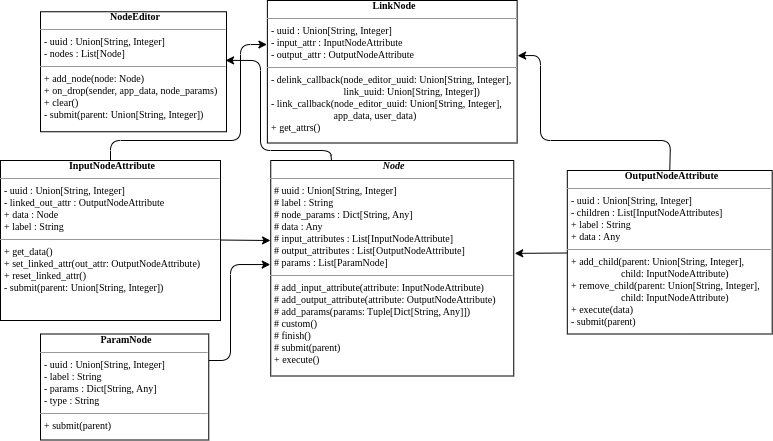
Before: nodes.png, a diagram exported from draw.io (Luzinsan/Neural-Network-Constructor). Source tidied: cells renumbered, new cells last; positions are measured from the earlier drawing's top-left corner, leaving out a move shared by most shapes.
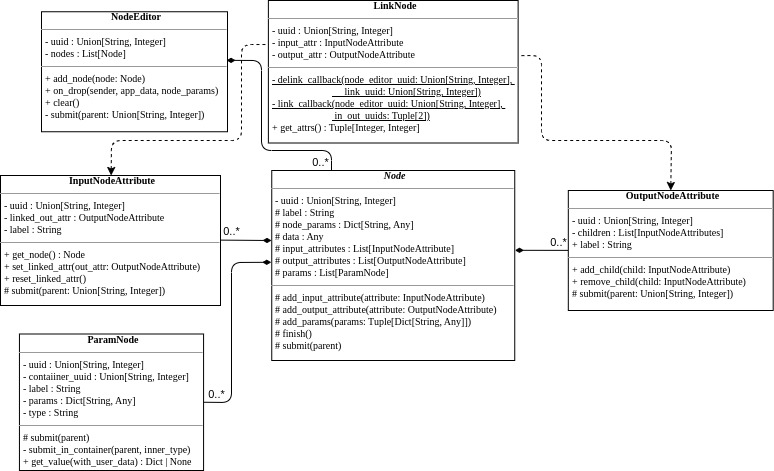
Above is the later version.

Diff of the diagram source:
```diff
@@ -2,8 +2,9 @@
   <root>
     <mxCell id="0" />
     <mxCell id="1" parent="0" />
-    <mxCell id="2" style="edgeStyle=none;html=1;entryX=0.995;entryY=0.405;entryDx=0;entryDy=0;endArrow=classic;endFill=1;exitX=0.25;exitY=0;exitDx=0;exitDy=0;entryPerimeter=0;" parent="1" edge="1" source="3" target="8">
+    <mxCell id="2" style="edgeStyle=none;html=1;entryX=0.995;entryY=0.405;entryDx=0;entryDy=0;endArrow=diamondThin;endFill=1;entryPerimeter=0;" parent="1" edge="1" target="8">
       <mxGeometry relative="1" as="geometry">
+        <mxPoint x="330" y="170" as="sourcePoint" />
         <Array as="points">
           <mxPoint x="330" y="150" />
           <mxPoint x="260" y="150" />
@@ -11,15 +12,25 @@
         </Array>
       </mxGeometry>
     </mxCell>
+    <mxCell id="14" value="0..*" style="edgeLabel;html=1;align=center;verticalAlign=middle;" parent="2" vertex="1">
+      <mxGeometry x="-0.92" relative="1" as="geometry">
+        <mxPoint x="-11" as="offset" />
+      </mxGeometry>
+    </mxCell>
-    <mxCell id="3" value="&lt;p style=&quot;text-align: center; margin: 0px 0px 0px 4px; font-size: 10px; font-family: Times, serif; color: rgb(0, 0, 0);&quot;&gt;&lt;b&gt;&lt;i&gt;Node&lt;/i&gt;&lt;/b&gt;&lt;/p&gt;&lt;hr size=&quot;1&quot;&gt;&lt;p style=&quot;margin:0px;text-align:start;margin-left:4px;;font-size:10.0px;font-family:Times,serif;color:#000000;&quot;&gt;# uuid : Union[String, Integer]&lt;br&gt;&lt;/p&gt;&lt;p style=&quot;margin:0px;text-align:start;margin-left:4px;;font-size:10.0px;font-family:Times,serif;color:#000000;&quot;&gt;# label : String&lt;br style=&quot;border-color: var(--border-color);&quot;&gt;# node_params : Dict[String, Any]&lt;br&gt;&lt;/p&gt;&lt;p style=&quot;margin:0px;text-align:start;margin-left:4px;;font-size:10.0px;font-family:Times,serif;color:#000000;&quot;&gt;# data : Any&lt;br&gt;# input_attributes : List[InputNodeAttribute]&lt;br&gt;# output_attributes : List[OutputNodeAttribute]&lt;br&gt;# params : List[ParamNode]&lt;br&gt;&lt;/p&gt;&lt;hr size=&quot;1&quot;&gt;&lt;p style=&quot;margin:0px;text-align:start;margin-left:4px;;font-size:10.0px;font-family:Times,serif;color:#000000;&quot;&gt;# add_input_attribute(attribute: InputNodeAttribute)&lt;br&gt;# add_output_attribute(attribute: OutputNodeAttribute)&lt;br&gt;# add_params(params: Tuple[Dict[String, Any]])&lt;br&gt;# custom()&amp;nbsp;&lt;br&gt;# finish()&amp;nbsp;&amp;nbsp;&lt;br&gt;&lt;/p&gt;&lt;p style=&quot;margin:0px;text-align:start;margin-left:4px;;font-size:10.0px;font-family:Times,serif;color:#000000;&quot;&gt;# submit(parent)&lt;br&gt;&lt;/p&gt;&lt;p style=&quot;margin:0px;text-align:start;margin-left:4px;;font-size:10.0px;font-family:Times,serif;color:#000000;&quot;&gt;+ execute()&amp;nbsp;&lt;br&gt;&lt;/p&gt;" style="verticalAlign=top;align=left;overflow=fill;html=1;rounded=0;shadow=0;comic=0;labelBackgroundColor=none;strokeColor=black;strokeWidth=1;fillColor=#ffffff;" parent="1" vertex="1">
-      <mxGeometry x="270.2" y="160" width="243" height="215.5" as="geometry" />
+    <mxCell id="3" value="&lt;p style=&quot;text-align: center; margin: 0px 0px 0px 4px; font-size: 10px; font-family: Times, serif; color: rgb(0, 0, 0);&quot;&gt;&lt;b&gt;&lt;i&gt;Node&lt;/i&gt;&lt;/b&gt;&lt;/p&gt;&lt;hr size=&quot;1&quot;&gt;&lt;p style=&quot;margin:0px;text-align:start;margin-left:4px;;font-size:10.0px;font-family:Times,serif;color:#000000;&quot;&gt;- uuid : Union[String, Integer]&lt;br&gt;&lt;/p&gt;&lt;p style=&quot;margin:0px;text-align:start;margin-left:4px;;font-size:10.0px;font-family:Times,serif;color:#000000;&quot;&gt;# label : String&lt;br style=&quot;border-color: var(--border-color);&quot;&gt;# node_params : Dict[String, Any]&lt;br&gt;&lt;/p&gt;&lt;p style=&quot;margin:0px;text-align:start;margin-left:4px;;font-size:10.0px;font-family:Times,serif;color:#000000;&quot;&gt;# data : Any&lt;br&gt;# input_attributes : List[InputNodeAttribute]&lt;br&gt;# output_attributes : List[OutputNodeAttribute]&lt;br&gt;# params : List[ParamNode]&lt;br&gt;&lt;/p&gt;&lt;hr size=&quot;1&quot;&gt;&lt;p style=&quot;margin:0px;text-align:start;margin-left:4px;;font-size:10.0px;font-family:Times,serif;color:#000000;&quot;&gt;# add_input_attribute(attribute: InputNodeAttribute)&lt;br&gt;# add_output_attribute(attribute: OutputNodeAttribute)&lt;br&gt;# add_params(params: Tuple[Dict[String, Any]])&amp;nbsp;&lt;br&gt;# finish()&amp;nbsp;&amp;nbsp;&lt;br&gt;&lt;/p&gt;&lt;p style=&quot;margin:0px;text-align:start;margin-left:4px;;font-size:10.0px;font-family:Times,serif;color:#000000;&quot;&gt;# submit(parent)&lt;/p&gt;" style="verticalAlign=top;align=left;overflow=fill;html=1;rounded=0;shadow=0;comic=0;labelBackgroundColor=none;strokeColor=black;strokeWidth=1;fillColor=#ffffff;" parent="1" vertex="1">
+      <mxGeometry x="270.2" y="170" width="243" height="190" as="geometry" />
     </mxCell>
-    <mxCell id="4" style="edgeStyle=none;html=1;endArrow=classic;endFill=1;exitX=1.001;exitY=0.497;exitDx=0;exitDy=0;exitPerimeter=0;" parent="1" edge="1" source="6">
+    <mxCell id="4" style="edgeStyle=none;html=1;endArrow=diamondThin;endFill=1;exitX=1.001;exitY=0.497;exitDx=0;exitDy=0;exitPerimeter=0;" parent="1" edge="1" source="6">
       <mxGeometry relative="1" as="geometry">
         <mxPoint x="270" y="240" as="targetPoint" />
       </mxGeometry>
     </mxCell>
+    <mxCell id="15" value="0..*" style="edgeLabel;html=1;align=center;verticalAlign=middle;" parent="4" vertex="1">
+      <mxGeometry x="-0.68" y="1" relative="1" as="geometry">
+        <mxPoint x="2" y="-8" as="offset" />
+      </mxGeometry>
+    </mxCell>
-    <mxCell id="5" style="edgeStyle=none;html=1;entryX=-0.002;entryY=0.309;entryDx=0;entryDy=0;endArrow=classic;endFill=1;entryPerimeter=0;" parent="1" edge="1" source="6" target="7">
+    <mxCell id="5" style="edgeStyle=none;html=1;entryX=-0.002;entryY=0.309;entryDx=0;entryDy=0;endArrow=none;endFill=0;entryPerimeter=0;startArrow=classic;startFill=1;dashed=1;" parent="1" edge="1" source="6" target="7">
       <mxGeometry relative="1" as="geometry">
         <Array as="points">
           <mxPoint x="110" y="140" />
@@ -28,19 +39,24 @@
         </Array>
       </mxGeometry>
     </mxCell>
-    <mxCell id="6" value="&lt;p style=&quot;text-align: center; margin: 0px 0px 0px 4px; font-size: 10px; font-family: Times, serif; color: rgb(0, 0, 0);&quot;&gt;&lt;b&gt;InputNodeAttribute&lt;/b&gt;&lt;/p&gt;&lt;hr size=&quot;1&quot;&gt;&lt;p style=&quot;margin:0px;text-align:start;margin-left:4px;;font-size:10.0px;font-family:Times,serif;color:#000000;&quot;&gt;- uuid : Union[String, Integer]&lt;br&gt;&lt;/p&gt;&lt;p style=&quot;margin:0px;text-align:start;margin-left:4px;;font-size:10.0px;font-family:Times,serif;color:#000000;&quot;&gt;- linked_out_attr : OutputNodeAttribute&lt;br&gt;&lt;/p&gt;&lt;p style=&quot;margin:0px;text-align:start;margin-left:4px;;font-size:10.0px;font-family:Times,serif;color:#000000;&quot;&gt;+ data : Node&lt;br&gt;+ label : String&lt;br&gt;&lt;/p&gt;&lt;hr size=&quot;1&quot;&gt;&lt;p style=&quot;margin:0px;text-align:start;margin-left:4px;;font-size:10.0px;font-family:Times,serif;color:#000000;&quot;&gt;+ get_data()&lt;/p&gt;&lt;p style=&quot;margin:0px;text-align:start;margin-left:4px;;font-size:10.0px;font-family:Times,serif;color:#000000;&quot;&gt;+ set_linked_attr(out_attr: OutputNodeAttribute)&lt;br&gt;+ reset_linked_attr()&lt;br&gt;- submit(parent: Union[String, Integer])&lt;/p&gt;" style="verticalAlign=top;align=left;overflow=fill;html=1;rounded=0;shadow=0;comic=0;labelBackgroundColor=none;strokeColor=black;strokeWidth=1;fillColor=#ffffff;" parent="1" vertex="1">
-      <mxGeometry y="160" width="220" height="160" as="geometry" />
+    <mxCell id="6" value="&lt;p style=&quot;text-align: center; margin: 0px 0px 0px 4px; font-size: 10px; font-family: Times, serif; color: rgb(0, 0, 0);&quot;&gt;&lt;b&gt;InputNodeAttribute&lt;/b&gt;&lt;/p&gt;&lt;hr size=&quot;1&quot;&gt;&lt;p style=&quot;margin:0px;text-align:start;margin-left:4px;;font-size:10.0px;font-family:Times,serif;color:#000000;&quot;&gt;- uuid : Union[String, Integer]&lt;br&gt;&lt;/p&gt;&lt;p style=&quot;margin:0px;text-align:start;margin-left:4px;;font-size:10.0px;font-family:Times,serif;color:#000000;&quot;&gt;- linked_out_attr : OutputNodeAttribute&lt;/p&gt;&lt;p style=&quot;margin:0px;text-align:start;margin-left:4px;;font-size:10.0px;font-family:Times,serif;color:#000000;&quot;&gt;- label : String&lt;br&gt;&lt;/p&gt;&lt;hr size=&quot;1&quot;&gt;&lt;p style=&quot;margin:0px;text-align:start;margin-left:4px;;font-size:10.0px;font-family:Times,serif;color:#000000;&quot;&gt;+ get_node() : Node&lt;/p&gt;&lt;p style=&quot;margin:0px;text-align:start;margin-left:4px;;font-size:10.0px;font-family:Times,serif;color:#000000;&quot;&gt;+ set_linked_attr(out_attr: OutputNodeAttribute)&lt;br&gt;+ reset_linked_attr()&lt;br&gt;# submit(parent: Union[String, Integer])&lt;/p&gt;" style="verticalAlign=top;align=left;overflow=fill;html=1;rounded=0;shadow=0;comic=0;labelBackgroundColor=none;strokeColor=black;strokeWidth=1;fillColor=#ffffff;" parent="1" vertex="1">
+      <mxGeometry x="-1" y="175" width="220" height="130" as="geometry" />
     </mxCell>
-    <mxCell id="7" value="&lt;p style=&quot;text-align: center; margin: 0px 0px 0px 4px; font-size: 10px; font-family: Times, serif; color: rgb(0, 0, 0);&quot;&gt;&lt;b&gt;LinkNode&lt;/b&gt;&lt;/p&gt;&lt;hr size=&quot;1&quot;&gt;&lt;p style=&quot;margin:0px;text-align:start;margin-left:4px;;font-size:10.0px;font-family:Times,serif;color:#000000;&quot;&gt;- uuid : Union[String, Integer]&lt;br&gt;&lt;/p&gt;&lt;p style=&quot;margin:0px;text-align:start;margin-left:4px;;font-size:10.0px;font-family:Times,serif;color:#000000;&quot;&gt;- input_attr : InputNodeAttribute&lt;br&gt;- output_attr : OutputNodeAttribute&lt;br&gt;&lt;/p&gt;&lt;hr size=&quot;1&quot;&gt;&lt;p style=&quot;margin:0px;text-align:start;margin-left:4px;;font-size:10.0px;font-family:Times,serif;color:#000000;&quot;&gt;- delink_callback(node_editor_uuid: Union[String, Integer],&amp;nbsp;&lt;/p&gt;&lt;p style=&quot;margin:0px;text-align:start;margin-left:4px;;font-size:10.0px;font-family:Times,serif;color:#000000;&quot;&gt;&lt;span style=&quot;white-space: pre;&quot;&gt;&#9;&lt;/span&gt;&lt;span style=&quot;white-space: pre;&quot;&gt;&#9;&lt;/span&gt;&lt;span style=&quot;white-space: pre;&quot;&gt;&#9;&lt;/span&gt;&amp;nbsp; &amp;nbsp; &amp;nbsp;link_uuid: Union[String, Integer])&lt;br&gt;- link_callback(node_editor_uuid: Union[String, Integer],&amp;nbsp;&lt;/p&gt;&lt;p style=&quot;margin:0px;text-align:start;margin-left:4px;;font-size:10.0px;font-family:Times,serif;color:#000000;&quot;&gt;&lt;span style=&quot;white-space: pre;&quot;&gt;&#9;&lt;/span&gt;&lt;span style=&quot;white-space: pre;&quot;&gt;&#9;&lt;/span&gt;&lt;span style=&quot;white-space: pre;&quot;&gt;&#9;&lt;/span&gt;&amp;nbsp;app_data, user_data)&lt;br&gt;+ get_attrs()&lt;/p&gt;" style="verticalAlign=top;align=left;overflow=fill;html=1;rounded=0;shadow=0;comic=0;labelBackgroundColor=none;strokeColor=black;strokeWidth=1;fillColor=#ffffff;" parent="1" vertex="1">
+    <mxCell id="7" value="&lt;p style=&quot;text-align: center; margin: 0px 0px 0px 4px; font-size: 10px; font-family: Times, serif; color: rgb(0, 0, 0);&quot;&gt;&lt;b&gt;LinkNode&lt;/b&gt;&lt;/p&gt;&lt;hr size=&quot;1&quot;&gt;&lt;p style=&quot;margin:0px;text-align:start;margin-left:4px;;font-size:10.0px;font-family:Times,serif;color:#000000;&quot;&gt;- uuid : Union[String, Integer]&lt;br&gt;&lt;/p&gt;&lt;p style=&quot;margin:0px;text-align:start;margin-left:4px;;font-size:10.0px;font-family:Times,serif;color:#000000;&quot;&gt;- input_attr : InputNodeAttribute&lt;br&gt;- output_attr : OutputNodeAttribute&lt;br&gt;&lt;/p&gt;&lt;hr size=&quot;1&quot;&gt;&lt;p style=&quot;margin:0px;text-align:start;margin-left:4px;;font-size:10.0px;font-family:Times,serif;color:#000000;&quot;&gt;&lt;u&gt;- delink_callback(node_editor_uuid: Union[String, Integer],&amp;nbsp;&lt;/u&gt;&lt;/p&gt;&lt;p style=&quot;margin:0px;text-align:start;margin-left:4px;;font-size:10.0px;font-family:Times,serif;color:#000000;&quot;&gt;&lt;u&gt;&lt;span style=&quot;white-space: pre;&quot;&gt;&#9;&lt;/span&gt;&lt;span style=&quot;white-space: pre;&quot;&gt;&#9;&lt;/span&gt;&lt;span style=&quot;white-space: pre;&quot;&gt;&#9;&lt;/span&gt;&amp;nbsp; &amp;nbsp; &amp;nbsp;link_uuid: Union[String, Integer])&lt;br&gt;- link_callback(node_editor_uuid: Union[String, Integer],&amp;nbsp;&lt;/u&gt;&lt;/p&gt;&lt;p style=&quot;margin:0px;text-align:start;margin-left:4px;;font-size:10.0px;font-family:Times,serif;color:#000000;&quot;&gt;&lt;u&gt;&lt;span style=&quot;white-space: pre;&quot;&gt;&#9;&lt;/span&gt;&lt;span style=&quot;white-space: pre;&quot;&gt;&#9;&lt;/span&gt;&lt;span style=&quot;white-space: pre;&quot;&gt;&#9;&lt;/span&gt;&amp;nbsp;in_out_uuids: Tuple[2])&lt;/u&gt;&lt;br&gt;+ get_attrs() : Tuple[Integer, Integer]&lt;/p&gt;" style="verticalAlign=top;align=left;overflow=fill;html=1;rounded=0;shadow=0;comic=0;labelBackgroundColor=none;strokeColor=black;strokeWidth=1;fillColor=#ffffff;" parent="1" vertex="1">
       <mxGeometry x="266.9" width="249.8" height="142.5" as="geometry" />
     </mxCell>
     <mxCell id="8" value="&lt;p style=&quot;text-align: center; margin: 0px 0px 0px 4px; font-size: 10px; font-family: Times, serif; color: rgb(0, 0, 0);&quot;&gt;&lt;b&gt;NodeEditor&lt;/b&gt;&lt;/p&gt;&lt;hr size=&quot;1&quot;&gt;&lt;p style=&quot;margin:0px;text-align:start;margin-left:4px;;font-size:10.0px;font-family:Times,serif;color:#000000;&quot;&gt;- uuid : Union[String, Integer]&lt;br&gt;&lt;/p&gt;&lt;p style=&quot;margin:0px;text-align:start;margin-left:4px;;font-size:10.0px;font-family:Times,serif;color:#000000;&quot;&gt;- nodes : List[Node]&lt;br&gt;&lt;/p&gt;&lt;hr size=&quot;1&quot;&gt;&lt;p style=&quot;margin:0px;text-align:start;margin-left:4px;;font-size:10.0px;font-family:Times,serif;color:#000000;&quot;&gt;+ add_node(node: Node)&lt;br&gt;+ on_drop(sender, app_data, node_params)&lt;/p&gt;&lt;p style=&quot;margin:0px;text-align:start;margin-left:4px;;font-size:10.0px;font-family:Times,serif;color:#000000;&quot;&gt;+ clear()&lt;br&gt;- submit(parent: Union[String, Integer])&lt;/p&gt;" style="verticalAlign=top;align=left;overflow=fill;html=1;rounded=0;shadow=0;comic=0;labelBackgroundColor=none;strokeColor=black;strokeWidth=1;fillColor=#ffffff;" parent="1" vertex="1">
       <mxGeometry x="40" y="11.2" width="186" height="120" as="geometry" />
     </mxCell>
-    <mxCell id="9" style="edgeStyle=none;html=1;entryX=1.004;entryY=0.431;entryDx=0;entryDy=0;entryPerimeter=0;endArrow=classic;endFill=1;" parent="1" edge="1" source="11" target="3">
+    <mxCell id="9" style="edgeStyle=none;html=1;entryX=1.001;entryY=0.42;entryDx=0;entryDy=0;entryPerimeter=0;endArrow=diamondThin;endFill=1;" parent="1" edge="1" source="11" target="3">
       <mxGeometry relative="1" as="geometry" />
     </mxCell>
+    <mxCell id="16" value="0..*" style="edgeLabel;html=1;align=center;verticalAlign=middle;" parent="9" vertex="1">
+      <mxGeometry x="-0.7" y="-1" relative="1" as="geometry">
+        <mxPoint x="-2" y="-7" as="offset" />
+      </mxGeometry>
+    </mxCell>
-    <mxCell id="10" style="edgeStyle=none;html=1;entryX=1.002;entryY=0.387;entryDx=0;entryDy=0;endArrow=classic;endFill=1;exitX=0.5;exitY=0;exitDx=0;exitDy=0;entryPerimeter=0;" parent="1" edge="1" source="11" target="7">
+    <mxCell id="10" style="edgeStyle=none;html=1;entryX=1.002;entryY=0.387;entryDx=0;entryDy=0;endArrow=none;endFill=0;exitX=0.5;exitY=0;exitDx=0;exitDy=0;entryPerimeter=0;startArrow=classic;startFill=1;dashed=1;" parent="1" edge="1" source="11" target="7">
       <mxGeometry relative="1" as="geometry">
         <Array as="points">
           <mxPoint x="670" y="140" />
@@ -49,19 +65,24 @@
         </Array>
       </mxGeometry>
     </mxCell>
-    <mxCell id="11" value="&lt;p style=&quot;text-align: center; margin: 0px 0px 0px 4px; font-size: 10px; font-family: Times, serif; color: rgb(0, 0, 0);&quot;&gt;&lt;b&gt;OutputNodeAttribute&lt;/b&gt;&lt;/p&gt;&lt;hr size=&quot;1&quot;&gt;&lt;p style=&quot;margin:0px;text-align:start;margin-left:4px;;font-size:10.0px;font-family:Times,serif;color:#000000;&quot;&gt;- uuid : Union[String, Integer]&lt;br&gt;&lt;/p&gt;&lt;p style=&quot;margin:0px;text-align:start;margin-left:4px;;font-size:10.0px;font-family:Times,serif;color:#000000;&quot;&gt;- children : List[InputNodeAttributes]&lt;br&gt;+ label : String&lt;br&gt;&lt;/p&gt;&lt;p style=&quot;margin:0px;text-align:start;margin-left:4px;;font-size:10.0px;font-family:Times,serif;color:#000000;&quot;&gt;+ data : Any&lt;br&gt;&lt;/p&gt;&lt;hr size=&quot;1&quot;&gt;&lt;p style=&quot;margin:0px;text-align:start;margin-left:4px;;font-size:10.0px;font-family:Times,serif;color:#000000;&quot;&gt;+ add_child(parent: Union[String, Integer],&amp;nbsp;&lt;/p&gt;&lt;p style=&quot;margin:0px;text-align:start;margin-left:4px;;font-size:10.0px;font-family:Times,serif;color:#000000;&quot;&gt;&lt;span style=&quot;white-space: pre;&quot;&gt;&#9;&lt;/span&gt;&lt;span style=&quot;white-space: pre;&quot;&gt;&#9;&lt;/span&gt;&amp;nbsp; &amp;nbsp; child: InputNodeAttribute)&lt;br&gt;+ remove_child(parent: Union[String, Integer],&amp;nbsp;&lt;/p&gt;&lt;p style=&quot;margin:0px;text-align:start;margin-left:4px;;font-size:10.0px;font-family:Times,serif;color:#000000;&quot;&gt;&lt;span style=&quot;white-space: pre;&quot;&gt;&#9;&lt;/span&gt;&lt;span style=&quot;white-space: pre;&quot;&gt;&#9;&lt;/span&gt;&amp;nbsp; &amp;nbsp; child: InputNodeAttribute)&lt;br&gt;&lt;/p&gt;&lt;p style=&quot;margin:0px;text-align:start;margin-left:4px;;font-size:10.0px;font-family:Times,serif;color:#000000;&quot;&gt;+ execute(data)&lt;br&gt;- submit(parent)&lt;br&gt;&lt;/p&gt;" style="verticalAlign=top;align=left;overflow=fill;html=1;rounded=0;shadow=0;comic=0;labelBackgroundColor=none;strokeColor=black;strokeWidth=1;fillColor=#ffffff;" parent="1" vertex="1">
-      <mxGeometry x="566.8" y="170" width="204.9" height="163.5" as="geometry" />
+    <mxCell id="11" value="&lt;p style=&quot;text-align: center; margin: 0px 0px 0px 4px; font-size: 10px; font-family: Times, serif; color: rgb(0, 0, 0);&quot;&gt;&lt;b&gt;OutputNodeAttribute&lt;/b&gt;&lt;/p&gt;&lt;hr size=&quot;1&quot;&gt;&lt;p style=&quot;margin:0px;text-align:start;margin-left:4px;;font-size:10.0px;font-family:Times,serif;color:#000000;&quot;&gt;- uuid : Union[String, Integer]&lt;br&gt;&lt;/p&gt;&lt;p style=&quot;margin:0px;text-align:start;margin-left:4px;;font-size:10.0px;font-family:Times,serif;color:#000000;&quot;&gt;- children : List[InputNodeAttributes]&lt;br&gt;+ label : String&lt;/p&gt;&lt;hr size=&quot;1&quot;&gt;&lt;p style=&quot;margin:0px;text-align:start;margin-left:4px;;font-size:10.0px;font-family:Times,serif;color:#000000;&quot;&gt;+ add_child(&lt;span style=&quot;background-color: initial;&quot;&gt;child: InputNodeAttribute)&lt;/span&gt;&lt;/p&gt;&lt;p style=&quot;margin:0px;text-align:start;margin-left:4px;;font-size:10.0px;font-family:Times,serif;color:#000000;&quot;&gt;+ remove_child(&lt;span style=&quot;background-color: initial;&quot;&gt;child: InputNodeAttribute)&lt;/span&gt;&lt;/p&gt;&lt;p style=&quot;margin:0px;text-align:start;margin-left:4px;;font-size:10.0px;font-family:Times,serif;color:#000000;&quot;&gt;# submit(parent: Union[String, Integer])&lt;/p&gt;" style="verticalAlign=top;align=left;overflow=fill;html=1;rounded=0;shadow=0;comic=0;labelBackgroundColor=none;strokeColor=black;strokeWidth=1;fillColor=#ffffff;" parent="1" vertex="1">
+      <mxGeometry x="566.8" y="190" width="204.9" height="120" as="geometry" />
     </mxCell>
-    <mxCell id="12" style="edgeStyle=none;html=1;entryX=-0.002;entryY=0.483;entryDx=0;entryDy=0;endArrow=classic;endFill=1;exitX=1;exitY=0.25;exitDx=0;exitDy=0;entryPerimeter=0;" parent="1" edge="1" source="13" target="3">
+    <mxCell id="12" style="edgeStyle=none;html=1;entryX=-0.002;entryY=0.483;entryDx=0;entryDy=0;endArrow=diamondThin;endFill=1;exitX=1;exitY=0.5;exitDx=0;exitDy=0;entryPerimeter=0;" parent="1" edge="1" source="13" target="3">
       <mxGeometry relative="1" as="geometry">
         <Array as="points">
-          <mxPoint x="230" y="360" />
-          <mxPoint x="230" y="264" />
+          <mxPoint x="230" y="402" />
+          <mxPoint x="230" y="262" />
         </Array>
       </mxGeometry>
     </mxCell>
+    <mxCell id="17" value="0..*" style="edgeLabel;html=1;align=center;verticalAlign=middle;" parent="12" vertex="1">
+      <mxGeometry x="-0.92" y="1" relative="1" as="geometry">
+        <mxPoint x="4" y="-7" as="offset" />
+      </mxGeometry>
+    </mxCell>
-    <mxCell id="13" value="&lt;p style=&quot;text-align: center; margin: 0px 0px 0px 4px; font-size: 10px; font-family: Times, serif; color: rgb(0, 0, 0);&quot;&gt;&lt;b&gt;ParamNode&lt;/b&gt;&lt;/p&gt;&lt;hr size=&quot;1&quot;&gt;&lt;p style=&quot;margin:0px;text-align:start;margin-left:4px;;font-size:10.0px;font-family:Times,serif;color:#000000;&quot;&gt;- uuid : Union[String, Integer]&lt;br&gt;&lt;/p&gt;&lt;p style=&quot;margin:0px;text-align:start;margin-left:4px;;font-size:10.0px;font-family:Times,serif;color:#000000;&quot;&gt;- label : String&lt;br&gt;- params : Dict[String, Any]&lt;br&gt;- type : String&lt;br&gt;&lt;/p&gt;&lt;hr size=&quot;1&quot;&gt;&lt;p style=&quot;margin:0px;text-align:start;margin-left:4px;;font-size:10.0px;font-family:Times,serif;color:#000000;&quot;&gt;+ submit(parent)&lt;/p&gt;" style="verticalAlign=top;align=left;overflow=fill;html=1;rounded=0;shadow=0;comic=0;labelBackgroundColor=none;strokeColor=black;strokeWidth=1;fillColor=#ffffff;" parent="1" vertex="1">
-      <mxGeometry x="40" y="333.5" width="168.3" height="106" as="geometry" />
+    <mxCell id="13" value="&lt;p style=&quot;text-align: center; margin: 0px 0px 0px 4px; font-size: 10px; font-family: Times, serif; color: rgb(0, 0, 0);&quot;&gt;&lt;b&gt;ParamNode&lt;/b&gt;&lt;/p&gt;&lt;hr size=&quot;1&quot;&gt;&lt;p style=&quot;margin:0px;text-align:start;margin-left:4px;;font-size:10.0px;font-family:Times,serif;color:#000000;&quot;&gt;- uuid : Union[String, Integer]&lt;br&gt;&lt;/p&gt;&lt;p style=&quot;margin:0px;text-align:start;margin-left:4px;;font-size:10.0px;font-family:Times,serif;color:#000000;&quot;&gt;- contaiiner_uuid : Union[String, Integer]&lt;/p&gt;&lt;p style=&quot;margin:0px;text-align:start;margin-left:4px;;font-size:10.0px;font-family:Times,serif;color:#000000;&quot;&gt;- label : String&lt;br&gt;- params : Dict[String, Any]&lt;br&gt;- type : String&lt;br&gt;&lt;/p&gt;&lt;hr size=&quot;1&quot;&gt;&lt;p style=&quot;margin:0px;text-align:start;margin-left:4px;;font-size:10.0px;font-family:Times,serif;color:#000000;&quot;&gt;# submit(parent)&lt;/p&gt;&lt;p style=&quot;margin:0px;text-align:start;margin-left:4px;;font-size:10.0px;font-family:Times,serif;color:#000000;&quot;&gt;- submit_in_container(parent, inner_type)&lt;/p&gt;&lt;p style=&quot;margin:0px;text-align:start;margin-left:4px;;font-size:10.0px;font-family:Times,serif;color:#000000;&quot;&gt;+ get_value(with_user_data) : Dict | None&lt;/p&gt;" style="verticalAlign=top;align=left;overflow=fill;html=1;rounded=0;shadow=0;comic=0;labelBackgroundColor=none;strokeColor=black;strokeWidth=1;fillColor=#ffffff;" parent="1" vertex="1">
+      <mxGeometry x="17.9" y="333.5" width="184.1" height="136.5" as="geometry" />
     </mxCell>
   </root>
 </mxGraphModel>
```
